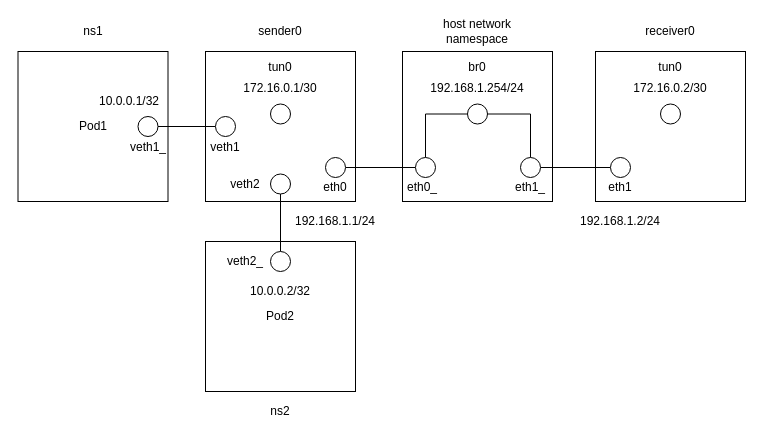
This is design.drawio from ekoops/gre-tap, a draw.io file, before an edit. Source tidied: cells renumbered, new cells numbered last; positions are measured from the earlier drawing's top-left corner, leaving out a move shared by most shapes. Both pictures are drawn from the tidied source at 100%, with x=0, y=0 at pixel (17, 21).
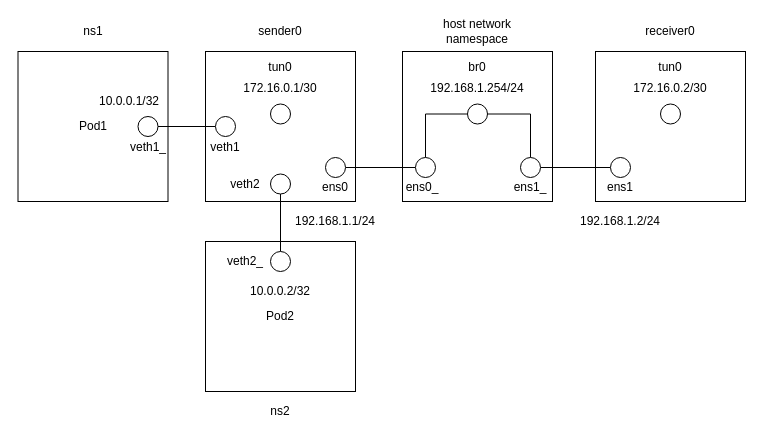
The same diagram, later.

Commit message (it also covers changes not shown here):
Rename node external interfaces

The edit, as a diff of the source:
```diff
@@
-    <mxCell id="7" value="eth0" style="text;html=1;strokeColor=none;fillColor=none;align=center;verticalAlign=middle;whiteSpace=wrap;rounded=0;" parent="1" vertex="1">
+    <mxCell id="7" value="ens0" style="text;html=1;strokeColor=none;fillColor=none;align=center;verticalAlign=middle;whiteSpace=wrap;rounded=0;" parent="1" vertex="1">
       <mxGeometry x="298" y="156" width="40" height="20" as="geometry" />
     </mxCell>
@@
-    <mxCell id="10" value="eth0_" style="text;html=1;strokeColor=none;fillColor=none;align=center;verticalAlign=middle;whiteSpace=wrap;rounded=0;" parent="1" vertex="1">
+    <mxCell id="10" value="ens0_" style="text;html=1;strokeColor=none;fillColor=none;align=center;verticalAlign=middle;whiteSpace=wrap;rounded=0;" parent="1" vertex="1">
       <mxGeometry x="385" y="156" width="40" height="20" as="geometry" />
     </mxCell>
@@
-    <mxCell id="15" value="eth1_" style="text;html=1;strokeColor=none;fillColor=none;align=center;verticalAlign=middle;whiteSpace=wrap;rounded=0;" parent="1" vertex="1">
+    <mxCell id="15" value="ens1_" style="text;html=1;strokeColor=none;fillColor=none;align=center;verticalAlign=middle;whiteSpace=wrap;rounded=0;" parent="1" vertex="1">
       <mxGeometry x="493" y="156" width="40" height="20" as="geometry" />
     </mxCell>
-    <mxCell id="16" value="eth1" style="text;html=1;strokeColor=none;fillColor=none;align=center;verticalAlign=middle;whiteSpace=wrap;rounded=0;" parent="1" vertex="1">
+    <mxCell id="16" value="ens1" style="text;html=1;strokeColor=none;fillColor=none;align=center;verticalAlign=middle;whiteSpace=wrap;rounded=0;" parent="1" vertex="1">
       <mxGeometry x="583" y="156" width="40" height="20" as="geometry" />
     </mxCell>
```
